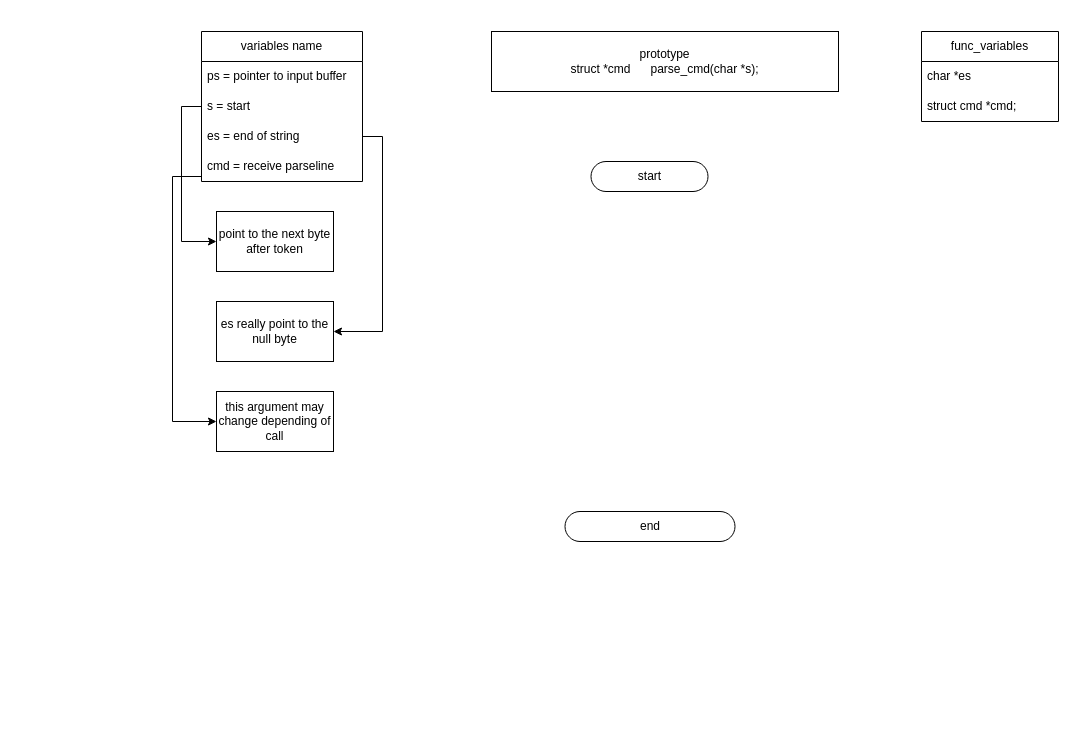
Earlier version of the draw.io diagram page "parse_cmd" (10 of 10) of minishell.drawio (0bvim/minishell). Source tidied: cells renumbered, new cells numbered last; positions are measured from the earlier drawing's top-left corner, leaving out a move shared by most shapes. Both pictures are drawn from the tidied source at 100%, with x=0, y=0 at pixel (172, 31).
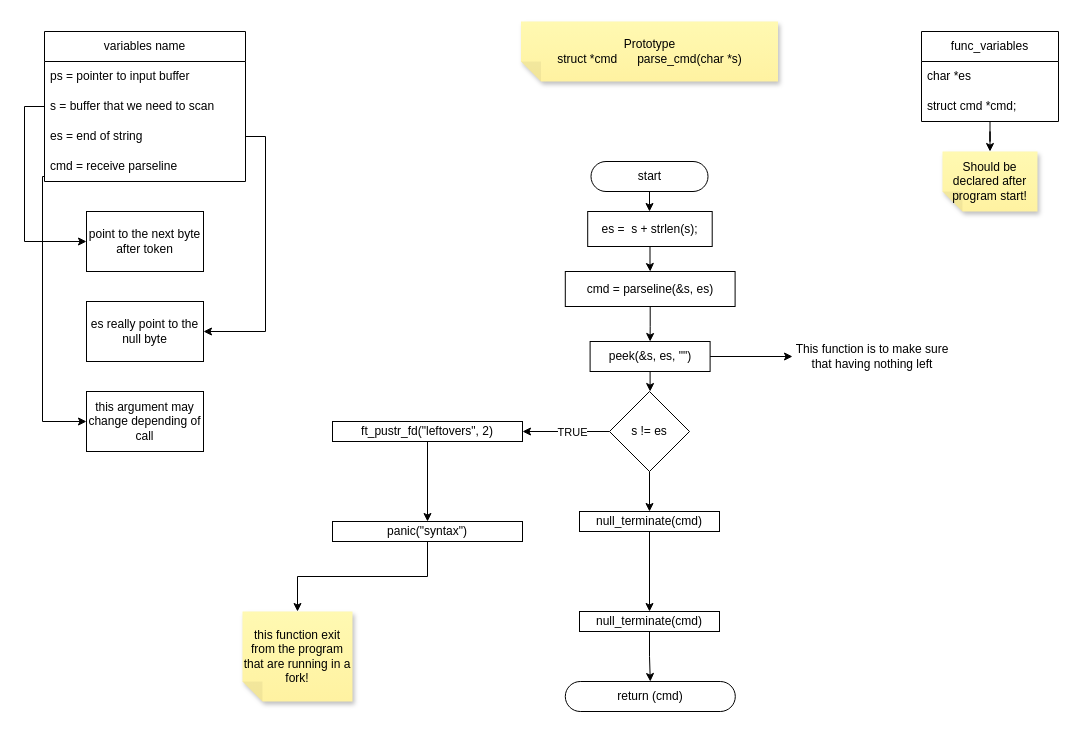
Above is the later version.

Unchanged cells that the change refers to:
```xml
<mxCell id="3" value="func_variables" style="swimlane;fontStyle=0;horizontal=1;startSize=30;whiteSpace=wrap;html=1;" parent="1" vertex="1">
  <mxGeometry x="749" width="137" height="90" as="geometry" />
</mxCell>
<mxCell id="14" value="start" style="html=1;dashed=0;whiteSpace=wrap;shape=mxgraph.dfd.start;" parent="1" vertex="1">
  <mxGeometry x="418.5" y="130" width="117" height="30" as="geometry" />
</mxCell>
```

What changed in the source:
```diff
@@
-    <mxCell id="2" value="prototype&lt;br&gt;struct *cmd&lt;span style=&quot;white-space: pre;&quot;&gt;&#9;&lt;/span&gt;parse_cmd(char *s);" style="rounded=0;whiteSpace=wrap;html=1;" parent="1" vertex="1">
-      <mxGeometry x="319" width="347" height="60" as="geometry" />
-    </mxCell>
+    <mxCell id="19" style="edgeStyle=orthogonalEdgeStyle;rounded=0;jettySize=auto;html=1;" parent="1" edge="1" source="3" target="38">
+      <mxGeometry relative="1" as="geometry" />
+    </mxCell>
@@
     <mxCell id="6" value="variables name" style="swimlane;fontStyle=0;horizontal=1;startSize=30;whiteSpace=wrap;html=1;" parent="1" vertex="1">
-      <mxGeometry x="29" width="161" height="150" as="geometry" />
+      <mxGeometry x="-128" width="201" height="150" as="geometry" />
     </mxCell>
     <mxCell id="7" value="ps = pointer to input buffer" style="text;strokeColor=none;fillColor=none;align=left;verticalAlign=middle;spacingLeft=4;spacingRight=4;overflow=hidden;whiteSpace=wrap;html=1;" parent="6" vertex="1">
-      <mxGeometry y="30" width="161" height="30" as="geometry" />
+      <mxGeometry y="30" width="201" height="30" as="geometry" />
     </mxCell>
-    <mxCell id="8" value="s = start" style="text;strokeColor=none;fillColor=none;align=left;verticalAlign=middle;spacingLeft=4;spacingRight=4;overflow=hidden;points=[[0,0.5],[1,0.5]];portConstraint=eastwest;whiteSpace=wrap;html=1;" parent="6" vertex="1">
-      <mxGeometry y="60" width="161" height="30" as="geometry" />
+    <mxCell id="8" value="s = buffer that we need to scan" style="text;strokeColor=none;fillColor=none;align=left;verticalAlign=middle;spacingLeft=4;spacingRight=4;overflow=hidden;points=[[0,0.5],[1,0.5]];portConstraint=eastwest;whiteSpace=wrap;html=1;" parent="6" vertex="1">
+      <mxGeometry y="60" width="201" height="30" as="geometry" />
     </mxCell>
     <mxCell id="9" value="es = end of string" style="text;strokeColor=none;fillColor=none;align=left;verticalAlign=middle;spacingLeft=4;spacingRight=4;overflow=hidden;points=[[0,0.5],[1,0.5]];portConstraint=eastwest;whiteSpace=wrap;html=1;" parent="6" vertex="1">
-      <mxGeometry y="90" width="161" height="30" as="geometry" />
+      <mxGeometry y="90" width="201" height="30" as="geometry" />
     </mxCell>
     <mxCell id="10" value="cmd = receive parseline" style="text;strokeColor=none;fillColor=none;align=left;verticalAlign=middle;spacingLeft=4;spacingRight=4;overflow=hidden;points=[[0,0.5],[1,0.5]];portConstraint=eastwest;whiteSpace=wrap;html=1;" parent="6" vertex="1">
-      <mxGeometry y="120" width="161" height="30" as="geometry" />
+      <mxGeometry y="120" width="201" height="30" as="geometry" />
     </mxCell>
     <mxCell id="11" value="es really point to the null byte" style="whiteSpace=wrap;html=1;" parent="1" vertex="1">
-      <mxGeometry x="44" y="270" width="117" height="60" as="geometry" />
+      <mxGeometry x="-86" y="270" width="117" height="60" as="geometry" />
     </mxCell>
     <mxCell id="12" value="point to the next byte after token" style="whiteSpace=wrap;html=1;" parent="1" vertex="1">
-      <mxGeometry x="44" y="180" width="117" height="60" as="geometry" />
+      <mxGeometry x="-86" y="180" width="117" height="60" as="geometry" />
     </mxCell>
-    <mxCell id="13" value="end" style="html=1;dashed=0;whiteSpace=wrap;shape=mxgraph.dfd.start;" parent="1" vertex="1">
-      <mxGeometry x="392.5" y="480" width="170" height="30" as="geometry" />
+    <mxCell id="13" value="return (cmd)" style="html=1;dashed=0;whiteSpace=wrap;shape=mxgraph.dfd.start;" parent="1" vertex="1">
+      <mxGeometry x="392.8" y="650" width="170" height="30" as="geometry" />
     </mxCell>
+    <mxCell id="20" style="edgeStyle=orthogonalEdgeStyle;rounded=0;jettySize=auto;html=1;" parent="1" edge="1" source="14" target="22">
+      <mxGeometry relative="1" as="geometry" />
+    </mxCell>
@@
     <mxCell id="15" value="this argument may change depending of call" style="whiteSpace=wrap;html=1;" parent="1" vertex="1">
-      <mxGeometry x="44" y="360" width="117" height="60" as="geometry" />
+      <mxGeometry x="-86" y="360" width="117" height="60" as="geometry" />
     </mxCell>
@@
     <mxCell id="18" style="edgeStyle=orthogonalEdgeStyle;rounded=0;jettySize=auto;html=1;exitX=0;exitY=0.5;exitDx=0;exitDy=0;entryX=0;entryY=0.5;entryDx=0;entryDy=0;" parent="1" edge="1" source="10" target="15">
       <mxGeometry relative="1" as="geometry">
         <Array as="points">
-          <mxPoint y="145" />
-          <mxPoint y="390" />
+          <mxPoint x="-130" y="145" />
+          <mxPoint x="-130" y="390" />
         </Array>
       </mxGeometry>
     </mxCell>
+    <mxCell id="21" style="edgeStyle=orthogonalEdgeStyle;rounded=0;jettySize=auto;html=1;" parent="1" edge="1" source="22" target="24">
+      <mxGeometry relative="1" as="geometry" />
+    </mxCell>
+    <mxCell id="22" value="es =&amp;nbsp; s + strlen(s);" style="whiteSpace=wrap;html=1;dashed=0;" parent="1" vertex="1">
+      <mxGeometry x="415.2" y="180" width="124.5" height="35" as="geometry" />
+    </mxCell>
+    <mxCell id="23" style="edgeStyle=orthogonalEdgeStyle;rounded=0;jettySize=auto;html=1;" parent="1" edge="1" source="24" target="27">
+      <mxGeometry relative="1" as="geometry" />
+    </mxCell>
+    <mxCell id="24" value="cmd = parseline(&amp;amp;s, es)" style="whiteSpace=wrap;html=1;dashed=0;" parent="1" vertex="1">
+      <mxGeometry x="392.8" y="240" width="169.8" height="35" as="geometry" />
+    </mxCell>
+    <mxCell id="25" style="edgeStyle=orthogonalEdgeStyle;rounded=0;jettySize=auto;html=1;entryX=0;entryY=0.5;entryDx=0;entryDy=0;" parent="1" edge="1" source="27" target="28">
+      <mxGeometry relative="1" as="geometry" />
+    </mxCell>
+    <mxCell id="26" style="edgeStyle=orthogonalEdgeStyle;rounded=0;jettySize=auto;html=1;" parent="1" edge="1" source="27" target="32">
+      <mxGeometry relative="1" as="geometry" />
+    </mxCell>
+    <mxCell id="27" value="peek(&amp;amp;s, es, &quot;&quot;)" style="whiteSpace=wrap;html=1;dashed=0;" parent="1" vertex="1">
+      <mxGeometry x="417.6" y="310" width="120" height="30" as="geometry" />
+    </mxCell>
+    <mxCell id="28" value="This function is to make sure that having nothing left" style="text;html=1;strokeColor=none;fillColor=none;align=center;verticalAlign=middle;whiteSpace=wrap;rounded=0;" parent="1" vertex="1">
+      <mxGeometry x="620" y="310" width="160" height="30" as="geometry" />
+    </mxCell>
+    <mxCell id="29" style="edgeStyle=orthogonalEdgeStyle;rounded=0;jettySize=auto;html=1;entryX=1;entryY=0.5;entryDx=0;entryDy=0;" parent="1" edge="1" source="32" target="34">
+      <mxGeometry relative="1" as="geometry" />
+    </mxCell>
+    <mxCell id="30" value="TRUE" style="edgeLabel;html=1;align=center;verticalAlign=middle;" parent="29" vertex="1">
+      <mxGeometry x="-0.12" relative="1" as="geometry" />
+    </mxCell>
+    <mxCell id="31" style="edgeStyle=orthogonalEdgeStyle;rounded=0;jettySize=auto;html=1;" parent="1" edge="1" source="32" target="41">
+      <mxGeometry relative="1" as="geometry" />
+    </mxCell>
+    <mxCell id="32" value="s != es" style="rhombus;whiteSpace=wrap;html=1;dashed=0;" parent="1" vertex="1">
+      <mxGeometry x="437" y="360" width="80" height="80" as="geometry" />
+    </mxCell>
+    <mxCell id="33" style="edgeStyle=orthogonalEdgeStyle;rounded=0;orthogonalLoop=1;jettySize=auto;html=1;" parent="1" edge="1">
+      <mxGeometry relative="1" as="geometry">
+        <mxPoint x="255" y="410" as="sourcePoint" />
+        <mxPoint x="255" y="490" as="targetPoint" />
+      </mxGeometry>
+    </mxCell>
+    <mxCell id="34" value="ft_pustr_fd(&quot;leftovers&quot;, 2)" style="whiteSpace=wrap;html=1;dashed=0;" parent="1" vertex="1">
+      <mxGeometry x="160" y="390" width="190" height="20" as="geometry" />
+    </mxCell>
+    <mxCell id="35" style="edgeStyle=orthogonalEdgeStyle;rounded=0;jettySize=auto;html=1;" parent="1" edge="1" source="36" target="37">
+      <mxGeometry relative="1" as="geometry" />
+    </mxCell>
+    <mxCell id="36" value="panic(&quot;syntax&quot;)" style="whiteSpace=wrap;html=1;dashed=0;" parent="1" vertex="1">
+      <mxGeometry x="160" y="490" width="190" height="20" as="geometry" />
+    </mxCell>
+    <mxCell id="37" value="this function exit from the program that are running in a fork!" style="shape=note;whiteSpace=wrap;html=1;backgroundOutline=1;fontColor=#000000;darkOpacity=0.05;fillColor=#FFF9B2;strokeColor=none;fillStyle=solid;direction=west;gradientDirection=north;gradientColor=#FFF2A1;shadow=1;size=20;" parent="1" vertex="1">
+      <mxGeometry x="70" y="580" width="110" height="90" as="geometry" />
+    </mxCell>
+    <mxCell id="38" value="Should be declared after program start!" style="shape=note;whiteSpace=wrap;html=1;backgroundOutline=1;fontColor=#000000;darkOpacity=0.05;fillColor=#FFF9B2;strokeColor=none;fillStyle=solid;direction=west;gradientDirection=north;gradientColor=#FFF2A1;shadow=1;size=20;" parent="1" vertex="1">
+      <mxGeometry x="770" y="120" width="95" height="60" as="geometry" />
+    </mxCell>
+    <mxCell id="39" value="Prototype&lt;br&gt;struct *cmd&lt;span style=&quot;white-space: pre;&quot;&gt;&#9;&lt;/span&gt;parse_cmd(char *s)" style="shape=note;whiteSpace=wrap;html=1;backgroundOutline=1;fontColor=#000000;darkOpacity=0.05;fillColor=#FFF9B2;strokeColor=none;fillStyle=solid;direction=west;gradientDirection=north;gradientColor=#FFF2A1;shadow=1;size=20;" parent="1" vertex="1">
+      <mxGeometry x="348.5" y="-10" width="257" height="60" as="geometry" />
+    </mxCell>
+    <mxCell id="40" style="edgeStyle=orthogonalEdgeStyle;rounded=0;jettySize=auto;html=1;" parent="1" edge="1" source="41" target="43">
+      <mxGeometry relative="1" as="geometry" />
+    </mxCell>
+    <mxCell id="41" value="null_terminate(cmd)" style="whiteSpace=wrap;html=1;dashed=0;" parent="1" vertex="1">
+      <mxGeometry x="407" y="480" width="140" height="20" as="geometry" />
+    </mxCell>
+    <mxCell id="42" style="edgeStyle=orthogonalEdgeStyle;rounded=0;jettySize=auto;html=1;" parent="1" edge="1" source="43" target="13">
+      <mxGeometry relative="1" as="geometry" />
+    </mxCell>
+    <mxCell id="43" value="null_terminate(cmd)" style="whiteSpace=wrap;html=1;dashed=0;" parent="1" vertex="1">
+      <mxGeometry x="407" y="580" width="140" height="20" as="geometry" />
+    </mxCell>
```
